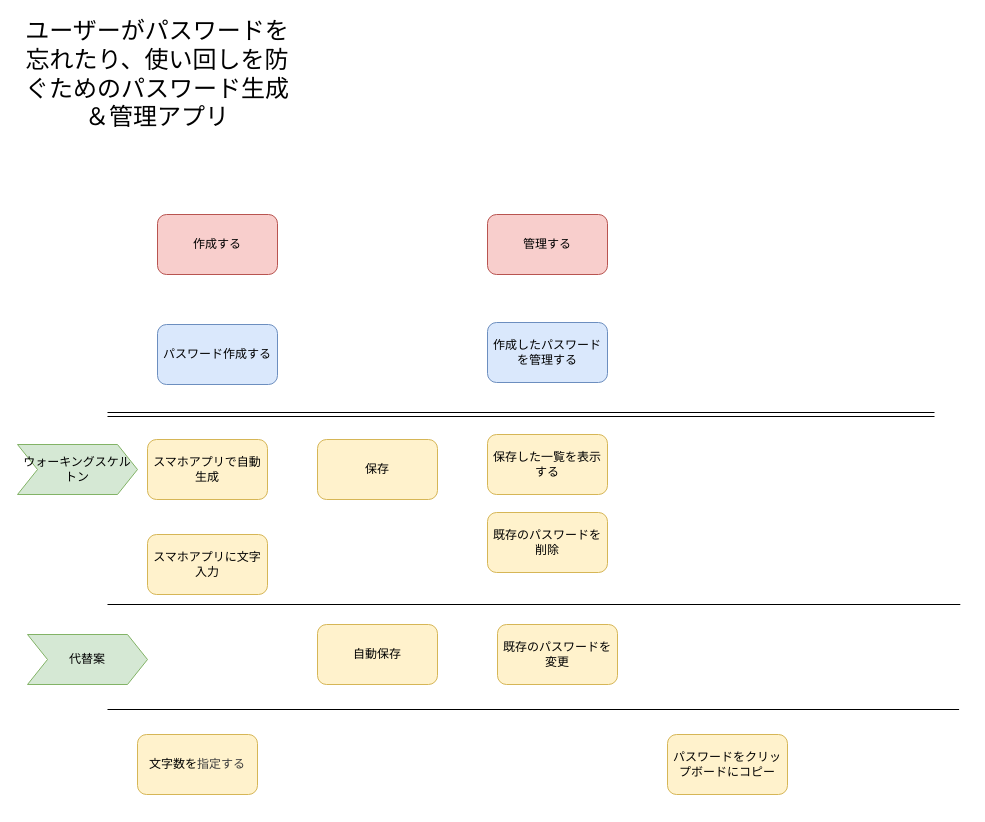
This is docs/storymap.drawio from kirataretto-dev/password-manager, a draw.io file, before an edit. Source tidied: cells renumbered, new cells numbered last; positions are measured from the earlier drawing's top-left corner, leaving out a move shared by most shapes. Both pictures are drawn from the tidied source at 100%, with x=0, y=0 at pixel (17, 24).
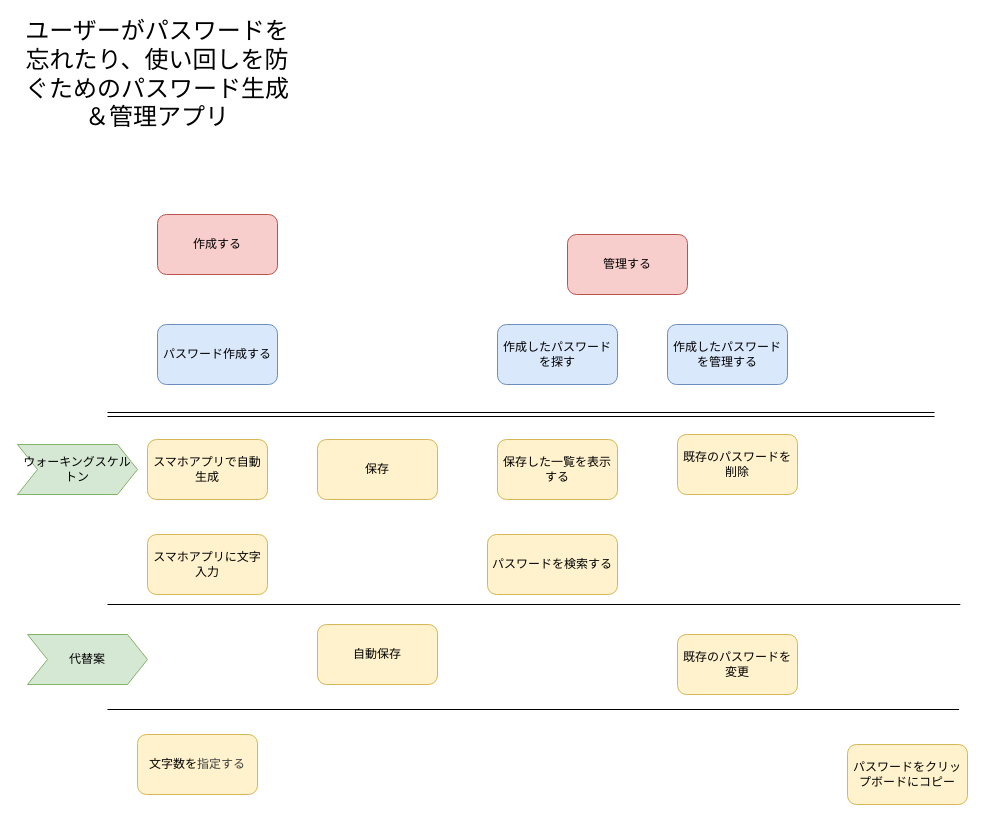
The same page after the edit.

The edit, as a diff of the source:
```diff
@@
     <mxCell id="4" value="作成したパスワードを管理する" style="rounded=1;whiteSpace=wrap;html=1;roundedPerimeter=1;fillColor=#dae8fc;strokeColor=#6c8ebf;" parent="1" vertex="1">
-      <mxGeometry x="470" y="298" width="120" height="60" as="geometry" />
+      <mxGeometry x="650" y="300" width="120" height="60" as="geometry" />
     </mxCell>
@@
     <mxCell id="13" value="既存のパスワードを変更" style="rounded=1;whiteSpace=wrap;html=1;roundedPerimeter=1;fillColor=#fff2cc;strokeColor=#d6b656;" parent="1" vertex="1">
-      <mxGeometry x="480" y="600" width="120" height="60" as="geometry" />
+      <mxGeometry x="660" y="610" width="120" height="60" as="geometry" />
     </mxCell>
     <mxCell id="14" value="既存のパスワードを削除" style="rounded=1;whiteSpace=wrap;html=1;roundedPerimeter=1;fillColor=#fff2cc;strokeColor=#d6b656;" parent="1" vertex="1">
-      <mxGeometry x="470" y="488" width="120" height="60" as="geometry" />
+      <mxGeometry x="660" y="410" width="120" height="60" as="geometry" />
     </mxCell>
@@
     <mxCell id="16" value="保存した一覧を表示する" style="rounded=1;whiteSpace=wrap;html=1;roundedPerimeter=1;fillColor=#fff2cc;strokeColor=#d6b656;" parent="1" vertex="1">
-      <mxGeometry x="470" y="410" width="120" height="60" as="geometry" />
+      <mxGeometry x="480" y="415" width="120" height="60" as="geometry" />
     </mxCell>
     <mxCell id="17" value="管理する" style="rounded=1;whiteSpace=wrap;html=1;roundedPerimeter=1;fillColor=#f8cecc;strokeColor=#b85450;" parent="1" vertex="1">
-      <mxGeometry x="470" y="190" width="120" height="60" as="geometry" />
+      <mxGeometry x="550" y="210" width="120" height="60" as="geometry" />
     </mxCell>
     <mxCell id="18" value="パスワードをクリップボードにコピー" style="rounded=1;whiteSpace=wrap;html=1;roundedPerimeter=1;fillColor=#fff2cc;strokeColor=#d6b656;" parent="1" vertex="1">
-      <mxGeometry x="650" y="710" width="120" height="60" as="geometry" />
+      <mxGeometry x="830" y="720" width="120" height="60" as="geometry" />
     </mxCell>
@@
+    <mxCell id="21" value="作成したパスワードを探す" style="rounded=1;whiteSpace=wrap;html=1;roundedPerimeter=1;fillColor=#dae8fc;strokeColor=#6c8ebf;" parent="1" vertex="1">
+      <mxGeometry x="480" y="300" width="120" height="60" as="geometry" />
+    </mxCell>
+    <mxCell id="22" value="パスワードを検索する" style="rounded=1;whiteSpace=wrap;html=1;fillColor=#fff2cc;strokeColor=#d6b656;roundedPerimeter=1;" parent="1" vertex="1">
+      <mxGeometry x="470" y="510" width="130" height="60" as="geometry" />
+    </mxCell>
```
